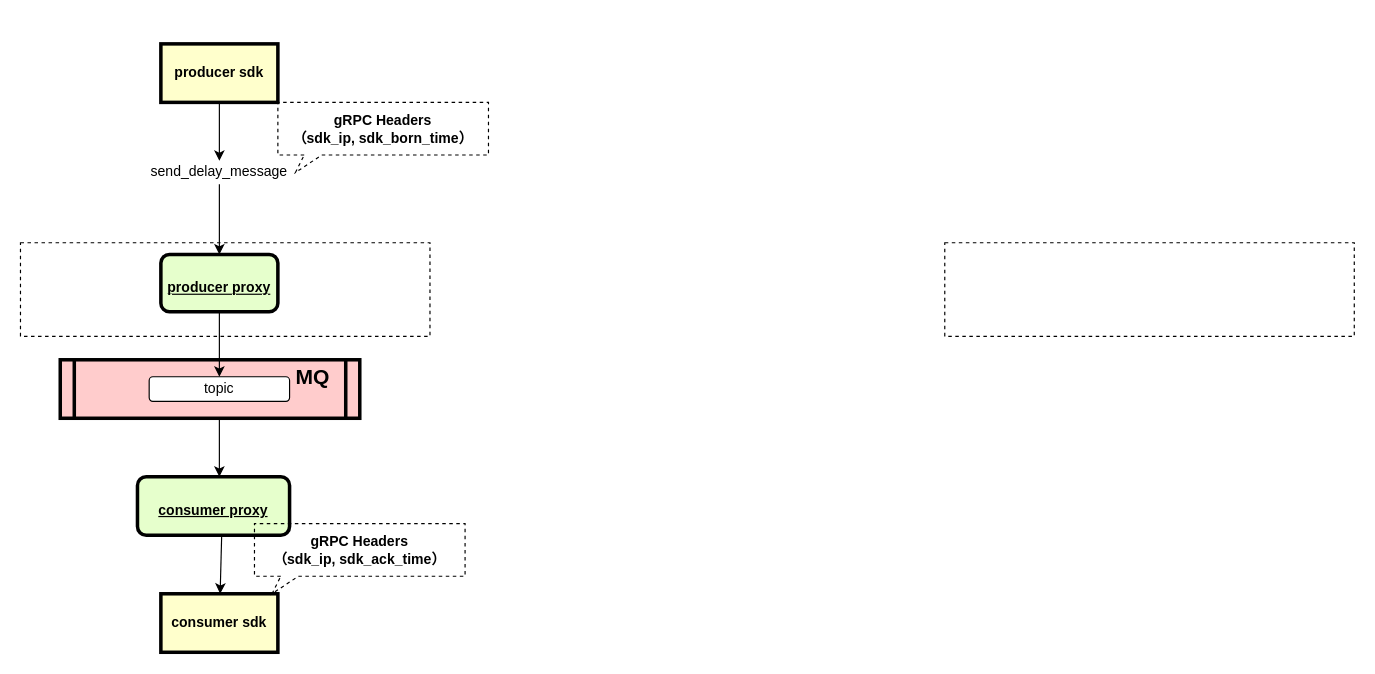
The draw.io diagram MQ Tracing.drawio in XiaoyiPeng/ebook-1, before the edit. Source tidied: cells renumbered, new cells numbered last; positions are measured from the earlier drawing's top-left corner, leaving out a move shared by most shapes. Both pictures are drawn from the tidied source at 117%, with x=0, y=0 at pixel (20, 43).
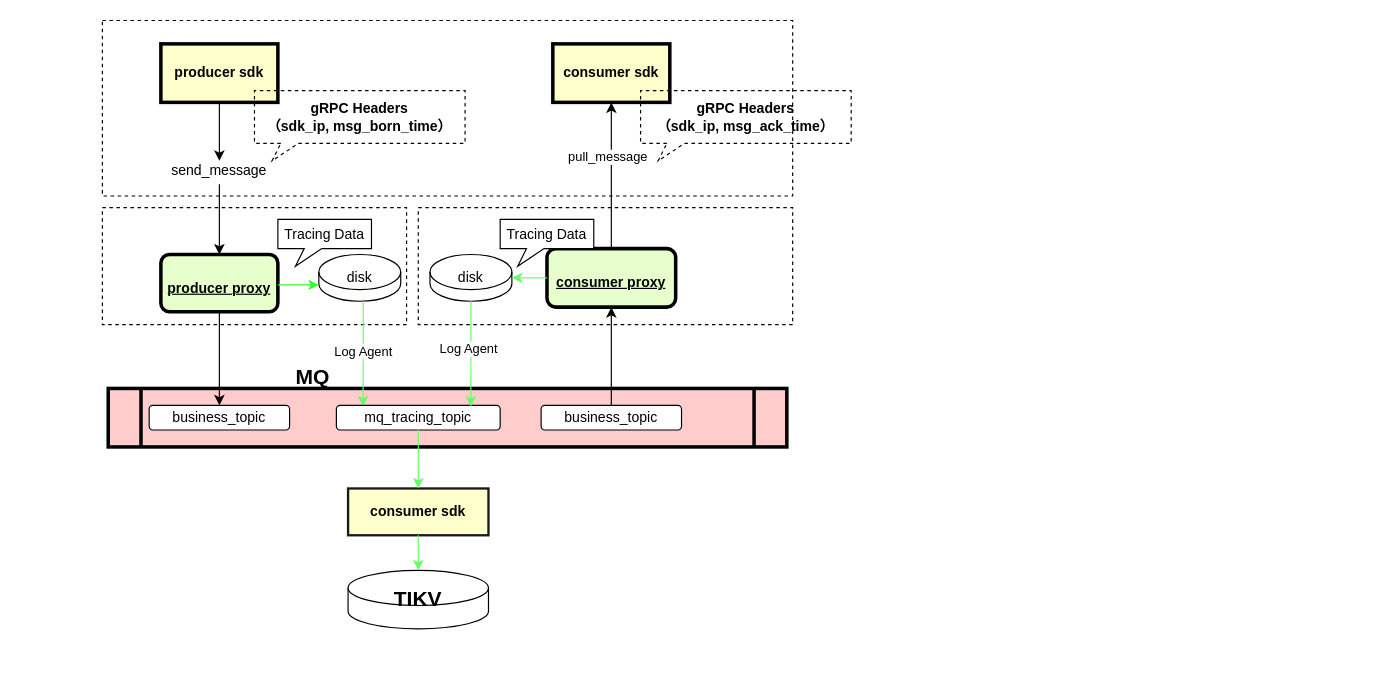
The same diagram, later.

The change refers to these unchanged cells:
```xml
<mxCell id="2" value="&lt;p style=&quot;margin: 0px ; margin-top: 4px ; text-align: center ; text-decoration: underline&quot;&gt;&lt;span&gt;&lt;br&gt;&lt;/span&gt;&lt;/p&gt;&lt;p style=&quot;margin: 0px ; margin-top: 4px ; text-align: center ; text-decoration: underline&quot;&gt;&lt;span&gt;producer proxy&lt;/span&gt;&lt;br&gt;&lt;/p&gt;" style="verticalAlign=middle;align=center;overflow=fill;fontSize=12;fontFamily=Helvetica;html=1;rounded=1;fontStyle=1;strokeWidth=3;fillColor=#E6FFCC;" parent="1" vertex="1">
  <mxGeometry x="120" y="180" width="100" height="49" as="geometry" />
</mxCell>
```

The edit, as a diff of the source:
```diff
@@
-<mxGraphModel>
+<mxGraphModel background="#ffffff">
@@
     <mxCell id="4" style="shape=process;whiteSpace=wrap;align=center;verticalAlign=middle;size=0.0475;fontStyle=1;strokeWidth=3;fillColor=#FFCCCC;" parent="1" vertex="1">
-      <mxGeometry x="34" y="270" width="256" height="50" as="geometry" />
+      <mxGeometry x="75" y="294.5" width="580" height="50" as="geometry" />
     </mxCell>
     <mxCell id="5" value="&lt;p style=&quot;margin: 0px ; margin-top: 4px ; text-align: center ; text-decoration: underline&quot;&gt;&lt;br&gt;&lt;/p&gt;&lt;p style=&quot;margin: 0px ; margin-top: 4px ; text-align: center ; text-decoration: underline&quot;&gt;consumer proxy&lt;/p&gt;" style="verticalAlign=middle;align=center;overflow=fill;fontSize=12;fontFamily=Helvetica;html=1;rounded=1;fontStyle=1;strokeWidth=3;fillColor=#E6FFCC;" parent="1" vertex="1">
-      <mxGeometry x="100" y="370" width="130" height="50" as="geometry" />
+      <mxGeometry x="450" y="175" width="110" height="50" as="geometry" />
     </mxCell>
-    <mxCell id="6" value="topic" style="rounded=1;whiteSpace=wrap;html=1;" parent="1" vertex="1">
-      <mxGeometry x="110" y="284.5" width="120" height="21" as="geometry" />
+    <mxCell id="6" value="business_topic" style="rounded=1;whiteSpace=wrap;html=1;" parent="1" vertex="1">
+      <mxGeometry x="110" y="309" width="120" height="21" as="geometry" />
     </mxCell>
@@
-    <mxCell id="8" style="endArrow=classic;html=1;exitX=0.5;exitY=1;exitDx=0;exitDy=0;" parent="1" edge="1" source="2" target="6">
+    <mxCell id="8" style="endArrow=classic;html=1;exitX=0.5;exitY=1;exitDx=0;exitDy=0;entryX=0.5;entryY=0;entryDx=0;entryDy=0;" parent="1" edge="1" source="2" target="6">
       <mxGeometry relative="1" as="geometry" />
     </mxCell>
-    <mxCell id="9" value="send_delay_message" style="text;spacingTop=-5;align=center;" parent="1" vertex="1">
+    <mxCell id="9" value="send_message" style="text;spacingTop=-5;align=center;" parent="1" vertex="1">
       <mxGeometry x="155" y="100" width="30" height="20" as="geometry" />
     </mxCell>
@@
-    <mxCell id="11" style="edgeStyle=elbowEdgeStyle;elbow=horizontal;endArrow=classic;html=1;" parent="1" edge="1" source="4">
-      <mxGeometry relative="1" as="geometry">
-        <mxPoint x="170" y="370" as="targetPoint" />
-        <Array as="points">
-          <mxPoint x="170" y="356" />
-        </Array>
-      </mxGeometry>
-    </mxCell>
@@
     <mxCell id="13" value="consumer sdk" style="whiteSpace=wrap;align=center;verticalAlign=middle;fontStyle=1;strokeWidth=3;fillColor=#FFFFCC;" parent="1" vertex="1">
-      <mxGeometry x="120" y="470" width="100" height="50" as="geometry" />
+      <mxGeometry x="455" width="100" height="50" as="geometry" />
     </mxCell>
     <mxCell id="14" style="verticalLabelPosition=bottom;verticalAlign=top;html=1;shape=mxgraph.basic.rect;fillColor2=none;strokeWidth=1;size=20;indent=5;fillColor=none;dashed=1;" parent="1" vertex="1">
-      <mxGeometry y="170" width="350" height="80" as="geometry" />
+      <mxGeometry x="70" y="140" width="260" height="100" as="geometry" />
     </mxCell>
     <mxCell id="15" style="verticalLabelPosition=bottom;verticalAlign=top;html=1;shape=mxgraph.basic.rect;fillColor2=none;strokeWidth=1;size=20;indent=5;fillColor=none;dashed=1;" parent="1" vertex="1">
-      <mxGeometry x="790" y="170" width="350" height="80" as="geometry" />
+      <mxGeometry x="70" y="-20" width="590" height="150" as="geometry" />
     </mxCell>
-    <mxCell id="16" value="&lt;b&gt;gRPC Headers&lt;br&gt;（sdk_ip, sdk_born_time）&lt;/b&gt;" style="whiteSpace=wrap;html=1;shape=mxgraph.basic.rectCallout;dx=30;dy=15;boundedLbl=1;dashed=1;fillColor=none;" parent="1" vertex="1">
-      <mxGeometry x="220" y="50" width="180" height="60" as="geometry" />
+    <mxCell id="16" value="&lt;b&gt;gRPC Headers&lt;br&gt;（sdk_ip, msg_born_time）&lt;/b&gt;" style="whiteSpace=wrap;html=1;shape=mxgraph.basic.rectCallout;dx=30;dy=15;boundedLbl=1;dashed=1;fillColor=none;" parent="1" vertex="1">
+      <mxGeometry x="200" y="40" width="180" height="60" as="geometry" />
     </mxCell>
-    <mxCell id="17" style="endArrow=classic;html=1;" parent="1" edge="1" target="13">
-      <mxGeometry relative="1" as="geometry">
-        <mxPoint x="172" y="419" as="sourcePoint" />
-      </mxGeometry>
+    <mxCell id="17" style="endArrow=classic;html=1;exitX=0.5;exitY=0;exitDx=0;exitDy=0;" parent="1" edge="1" source="5" target="13">
+      <mxGeometry relative="1" as="geometry" />
     </mxCell>
+    <mxCell id="19" value="pull_message" style="edgeLabel;html=1;align=center;verticalAlign=middle;" parent="17" vertex="1">
+      <mxGeometry x="0.26" y="4" relative="1" as="geometry" />
+    </mxCell>
-    <mxCell id="18" value="&lt;b&gt;gRPC Headers&lt;br&gt;（sdk_ip, sdk_ack_time）&lt;/b&gt;" style="whiteSpace=wrap;html=1;shape=mxgraph.basic.rectCallout;dx=30;dy=15;boundedLbl=1;dashed=1;fillColor=none;direction=east;" parent="1" vertex="1">
-      <mxGeometry x="200" y="410" width="180" height="60" as="geometry" />
+    <mxCell id="18" value="&lt;b&gt;gRPC Headers&lt;br&gt;（sdk_ip, msg_ack_time）&lt;/b&gt;" style="whiteSpace=wrap;html=1;shape=mxgraph.basic.rectCallout;dx=30;dy=15;boundedLbl=1;dashed=1;fillColor=none;direction=east;" parent="1" vertex="1">
+      <mxGeometry x="530" y="40" width="180" height="60" as="geometry" />
     </mxCell>
+    <mxCell id="20" value="business_topic" style="rounded=1;whiteSpace=wrap;html=1;" parent="1" vertex="1">
+      <mxGeometry x="445" y="309" width="120" height="21" as="geometry" />
+    </mxCell>
+    <mxCell id="21" style="endArrow=classic;html=1;exitX=0.5;exitY=0;exitDx=0;exitDy=0;" parent="1" edge="1" source="20" target="5">
+      <mxGeometry relative="1" as="geometry" />
+    </mxCell>
+    <mxCell id="22" value="disk" style="shape=cylinder2;whiteSpace=wrap;html=1;boundedLbl=1;backgroundOutline=1;size=15;" parent="1" vertex="1">
+      <mxGeometry x="255" y="180" width="70" height="40" as="geometry" />
+    </mxCell>
+    <mxCell id="23" value="disk" style="shape=cylinder2;whiteSpace=wrap;html=1;boundedLbl=1;backgroundOutline=1;size=15;" parent="1" vertex="1">
+      <mxGeometry x="350" y="180" width="70" height="40" as="geometry" />
+    </mxCell>
+    <mxCell id="24" style="endArrow=classic;html=1;entryX=0;entryY=0.65;entryDx=0;entryDy=0;entryPerimeter=0;strokeColor=#33FF33;" parent="1" edge="1" target="22">
+      <mxGeometry relative="1" as="geometry">
+        <mxPoint x="220" y="206" as="sourcePoint" />
+      </mxGeometry>
+    </mxCell>
+    <mxCell id="25" value="Tracing Data" style="whiteSpace=wrap;html=1;shape=mxgraph.basic.rectCallout;dx=30;dy=15;boundedLbl=1;" parent="1" vertex="1">
+      <mxGeometry x="220" y="150" width="80" height="40" as="geometry" />
+    </mxCell>
+    <mxCell id="26" style="endArrow=classic;html=1;exitX=0;exitY=0.5;exitDx=0;exitDy=0;strokeColor=#66FF66;" parent="1" edge="1" source="5" target="23">
+      <mxGeometry relative="1" as="geometry" />
+    </mxCell>
+    <mxCell id="27" value="Tracing Data" style="whiteSpace=wrap;html=1;shape=mxgraph.basic.rectCallout;dx=30;dy=15;boundedLbl=1;" parent="1" vertex="1">
+      <mxGeometry x="410" y="150" width="80" height="40" as="geometry" />
+    </mxCell>
+    <mxCell id="28" style="endArrow=classic;html=1;strokeColor=#66FF66;exitX=0.543;exitY=1;exitDx=0;exitDy=0;exitPerimeter=0;entryX=0.163;entryY=0.048;entryDx=0;entryDy=0;entryPerimeter=0;" parent="1" edge="1" source="22" target="30">
+      <mxGeometry relative="1" as="geometry" />
+    </mxCell>
+    <mxCell id="29" value="Log Agent" style="edgeLabel;html=1;align=center;verticalAlign=middle;" parent="28" vertex="1">
+      <mxGeometry x="-0.04" relative="1" as="geometry" />
+    </mxCell>
+    <mxCell id="30" value="mq_tracing_topic" style="rounded=1;whiteSpace=wrap;html=1;" parent="1" vertex="1">
+      <mxGeometry x="270" y="309" width="140" height="21" as="geometry" />
+    </mxCell>
+    <mxCell id="31" style="endArrow=classic;html=1;strokeColor=#66FF66;entryX=0.821;entryY=0.048;entryDx=0;entryDy=0;entryPerimeter=0;" parent="1" edge="1" source="23" target="30">
+      <mxGeometry relative="1" as="geometry" />
+    </mxCell>
+    <mxCell id="32" value="Log Agent" style="edgeLabel;html=1;align=center;verticalAlign=middle;" parent="31" vertex="1">
+      <mxGeometry x="-0.09" y="-2" relative="1" as="geometry" />
+    </mxCell>
+    <mxCell id="33" style="verticalLabelPosition=bottom;verticalAlign=top;html=1;shape=mxgraph.basic.rect;fillColor2=none;strokeWidth=1;size=20;indent=5;fillColor=none;dashed=1;" parent="1" vertex="1">
+      <mxGeometry x="340" y="140" width="320" height="100" as="geometry" />
+    </mxCell>
+    <mxCell id="34" value="&lt;b&gt;consumer sdk&lt;/b&gt;" style="rounded=0;whiteSpace=wrap;html=1;strokeWidth=2;strokeColor=#1A1A1A;fillColor=#FFFFCC;" parent="1" vertex="1">
+      <mxGeometry x="280" y="380" width="120" height="40" as="geometry" />
+    </mxCell>
+    <mxCell id="35" value="&lt;b&gt;&lt;font style=&quot;font-size: 18px&quot;&gt;TIKV&lt;/font&gt;&lt;/b&gt;" style="shape=cylinder2;whiteSpace=wrap;html=1;boundedLbl=1;backgroundOutline=1;size=15;" parent="1" vertex="1">
+      <mxGeometry x="280" y="450" width="120" height="50" as="geometry" />
+    </mxCell>
+    <mxCell id="36" style="endArrow=classic;html=1;strokeColor=#66FF66;exitX=0.5;exitY=1;exitDx=0;exitDy=0;" parent="1" edge="1" source="30" target="34">
+      <mxGeometry relative="1" as="geometry" />
+    </mxCell>
+    <mxCell id="37" style="endArrow=classic;html=1;strokeColor=#66FF66;exitX=0.5;exitY=1;exitDx=0;exitDy=0;" parent="1" edge="1" source="34" target="35">
+      <mxGeometry relative="1" as="geometry" />
+    </mxCell>
```
